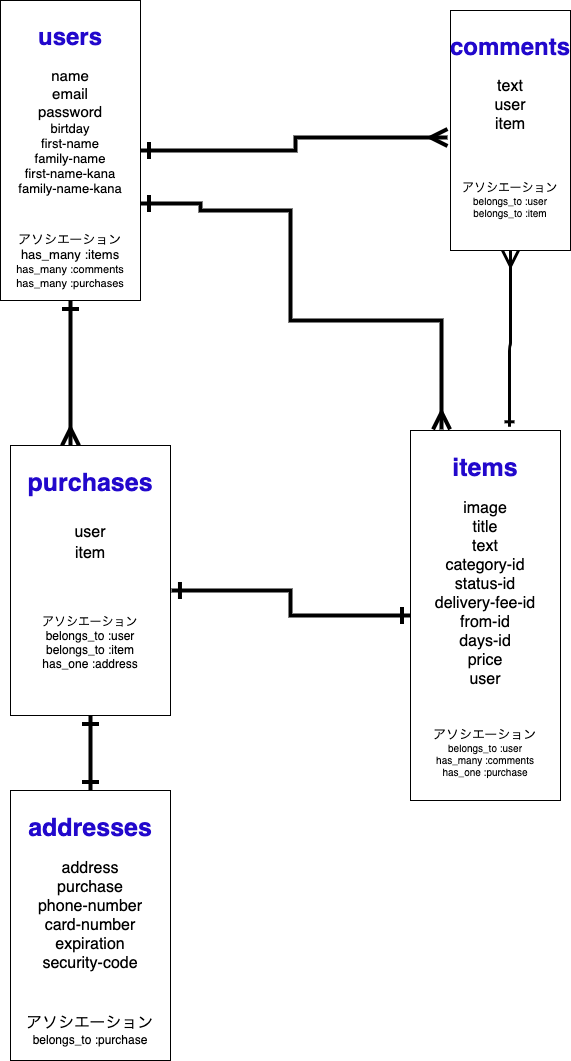
Above: furima-28377 ER図.png in ryo-suzuki-seamagic/furima_28377 (draw.io), before the change. Source tidied: cells renumbered, new cells last; positions are measured from the earlier drawing's top-left corner, leaving out a move shared by most shapes.
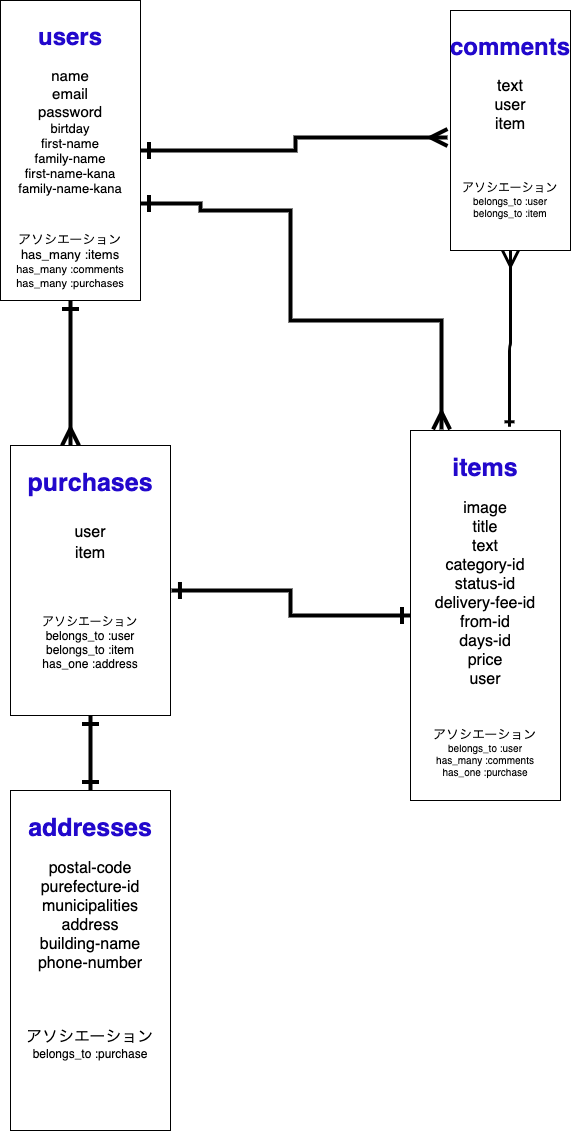
Later version of the same file.

Commit message:
ER図、テーブル設計,remake4

The edit, as a diff of the source:
```diff
@@ -40,8 +40,8 @@
     <mxCell id="11" value="&lt;h1&gt;&lt;font color=&quot;#2208cc&quot; style=&quot;font-size: 25px&quot;&gt;purchases&lt;/font&gt;&lt;/h1&gt;&lt;div&gt;&lt;span style=&quot;font-size: 16px&quot;&gt;user&lt;/span&gt;&lt;font color=&quot;#2208cc&quot; style=&quot;font-size: 25px&quot;&gt;&lt;br&gt;&lt;/font&gt;&lt;/div&gt;&lt;div&gt;&lt;span style=&quot;font-size: 16px&quot;&gt;item&lt;/span&gt;&lt;/div&gt;&lt;div&gt;&lt;br&gt;&lt;/div&gt;&lt;div&gt;&lt;span style=&quot;font-size: 16px&quot;&gt;&lt;br&gt;&lt;/span&gt;&lt;/div&gt;&lt;div&gt;&lt;span style=&quot;font-size: 16px&quot;&gt;&lt;br&gt;&lt;/span&gt;&lt;/div&gt;&lt;div&gt;&lt;span&gt;アソシエーション&lt;/span&gt;&lt;/div&gt;&lt;div&gt;&lt;span&gt;belongs_to :user&lt;/span&gt;&lt;/div&gt;&lt;div&gt;belongs_to :item&lt;/div&gt;&lt;div&gt;has_one :address&lt;/div&gt;&lt;h1 style=&quot;color: rgb(0 , 0 , 0) ; font-family: &amp;#34;helvetica&amp;#34; ; font-style: normal ; letter-spacing: normal ; text-align: center ; text-indent: 0px ; text-transform: none ; word-spacing: 0px ; background-color: rgb(248 , 249 , 250)&quot;&gt;&lt;/h1&gt;" style="rounded=0;whiteSpace=wrap;html=1;verticalAlign=top;" parent="1" vertex="1">
       <mxGeometry x="10" y="445" width="160" height="270" as="geometry" />
     </mxCell>
-    <mxCell id="12" value="&lt;h1&gt;&lt;font color=&quot;#2208cc&quot; style=&quot;font-size: 25px&quot;&gt;addresses&lt;/font&gt;&lt;/h1&gt;&lt;div&gt;&lt;div style=&quot;font-size: 12px&quot;&gt;&lt;span style=&quot;font-size: 16px&quot;&gt;address&lt;/span&gt;&lt;/div&gt;&lt;div style=&quot;font-size: 12px&quot;&gt;&lt;span style=&quot;font-size: 16px&quot;&gt;purchase&lt;/span&gt;&lt;/div&gt;&lt;div style=&quot;font-size: 12px&quot;&gt;&lt;span style=&quot;font-size: 16px&quot;&gt;phone-number&lt;/span&gt;&lt;/div&gt;&lt;div style=&quot;font-size: 12px&quot;&gt;&lt;span style=&quot;font-size: 16px&quot;&gt;card-number&lt;/span&gt;&lt;/div&gt;&lt;div&gt;&lt;span style=&quot;font-size: 16px&quot;&gt;expiration&lt;/span&gt;&lt;/div&gt;&lt;div&gt;&lt;span style=&quot;font-size: 16px&quot;&gt;security-code&lt;/span&gt;&lt;/div&gt;&lt;div style=&quot;font-size: 12px&quot;&gt;&lt;span style=&quot;font-size: 16px&quot;&gt;&lt;br&gt;&lt;/span&gt;&lt;/div&gt;&lt;div style=&quot;font-size: 18px&quot;&gt;&lt;span style=&quot;font-size: 16px&quot;&gt;&lt;br&gt;&lt;/span&gt;&lt;/div&gt;&lt;div&gt;&lt;span style=&quot;font-size: 16px&quot;&gt;アソシエーション&lt;/span&gt;&lt;/div&gt;&lt;/div&gt;&lt;div&gt;belongs_to :purchase&lt;/div&gt;" style="rounded=0;whiteSpace=wrap;html=1;verticalAlign=top;" parent="1" vertex="1">
-      <mxGeometry x="10" y="790" width="160" height="270" as="geometry" />
+    <mxCell id="12" value="&lt;h1&gt;&lt;font color=&quot;#2208cc&quot; style=&quot;font-size: 25px&quot;&gt;addresses&lt;/font&gt;&lt;/h1&gt;&lt;div&gt;&lt;div&gt;&lt;span style=&quot;font-size: 16px&quot;&gt;postal-code&lt;/span&gt;&lt;/div&gt;&lt;div&gt;&lt;span style=&quot;font-size: 16px&quot;&gt;purefecture-id&lt;/span&gt;&lt;/div&gt;&lt;div&gt;&lt;span style=&quot;font-size: 16px&quot;&gt;municipalities&lt;/span&gt;&lt;/div&gt;&lt;div&gt;&lt;span style=&quot;font-size: 16px&quot;&gt;address&lt;/span&gt;&lt;/div&gt;&lt;div&gt;&lt;span style=&quot;font-size: 16px&quot;&gt;building-name&lt;/span&gt;&lt;/div&gt;&lt;div style=&quot;font-size: 12px&quot;&gt;&lt;span style=&quot;font-size: 16px&quot;&gt;phone-number&lt;/span&gt;&lt;/div&gt;&lt;div style=&quot;font-size: 12px&quot;&gt;&lt;br&gt;&lt;/div&gt;&lt;div style=&quot;font-size: 12px&quot;&gt;&lt;span style=&quot;font-size: 16px&quot;&gt;&lt;br&gt;&lt;/span&gt;&lt;/div&gt;&lt;div style=&quot;font-size: 18px&quot;&gt;&lt;span style=&quot;font-size: 16px&quot;&gt;&lt;br&gt;&lt;/span&gt;&lt;/div&gt;&lt;div&gt;&lt;span style=&quot;font-size: 16px&quot;&gt;アソシエーション&lt;/span&gt;&lt;/div&gt;&lt;/div&gt;&lt;div&gt;belongs_to :purchase&lt;/div&gt;" style="rounded=0;whiteSpace=wrap;html=1;verticalAlign=top;" parent="1" vertex="1">
+      <mxGeometry x="10" y="790" width="160" height="340" as="geometry" />
     </mxCell>
   </root>
 </mxGraphModel>
```
